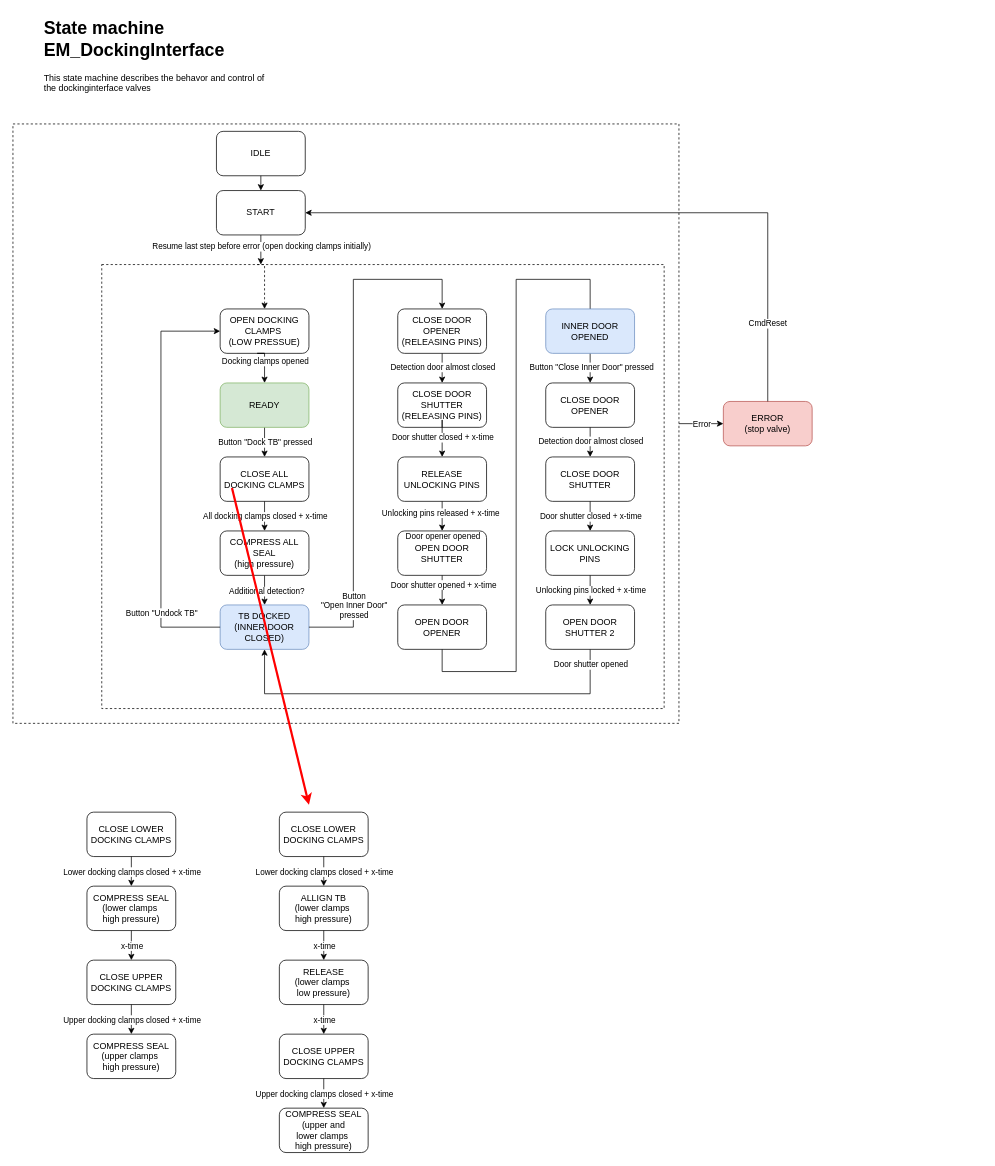
This is page "EM_DockingInterface" (8 of 12) of Documentation/StateMachine and Sequence Diagrams.drawio from KMWE/KMWE_CleanroomConnect, a draw.io file, before an edit. Source tidied: cells renumbered, new cells numbered last; positions are measured from the earlier drawing's top-left corner, leaving out a move shared by most shapes. Both pictures are drawn from the tidied source at 74%, with x=0, y=0 at pixel (13, 13).
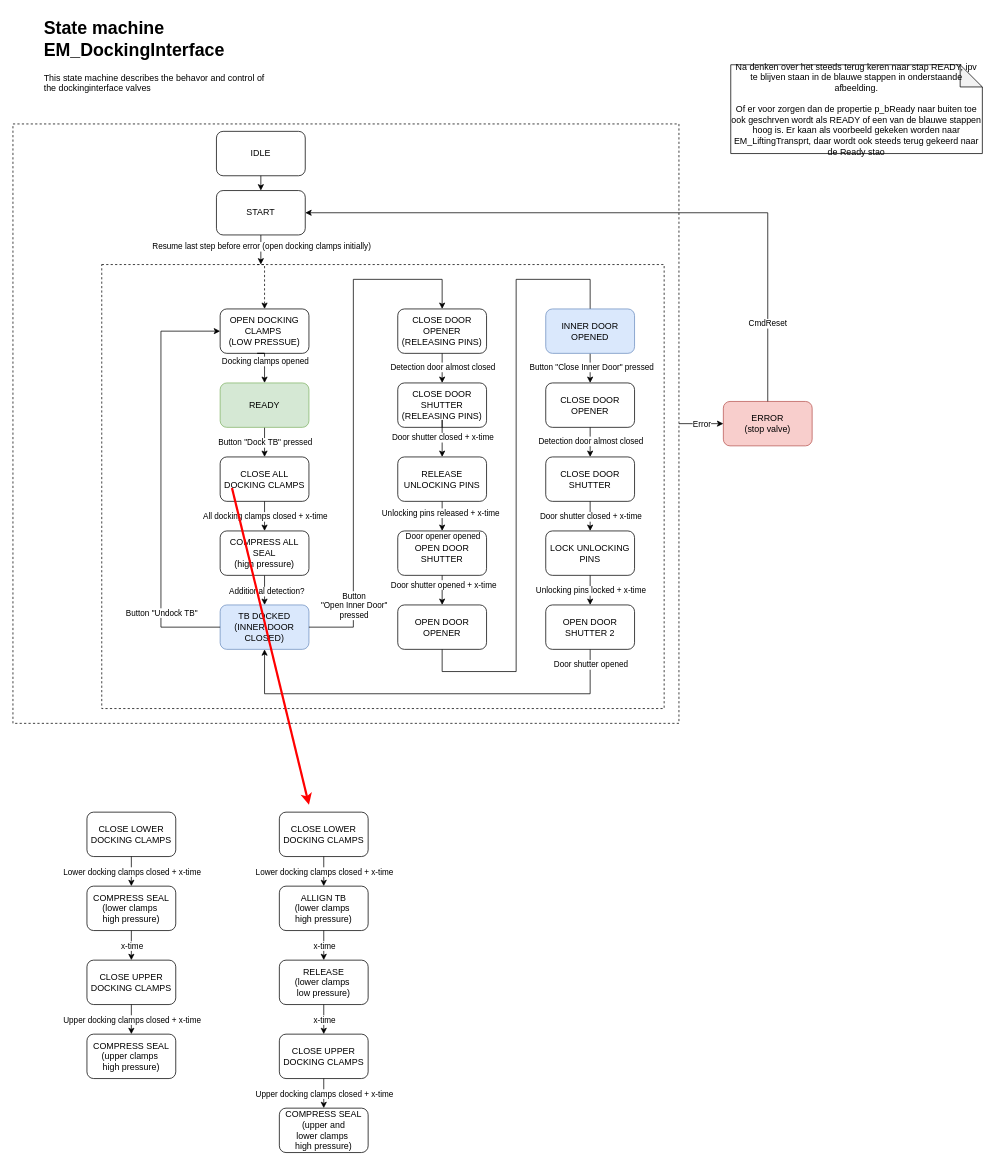
Above is the later version.

Diff of the diagram source:
```diff
@@
+    <mxCell id="87" value="Na denken over het steeds terug keren naar stap READY, ipv te blijven staan in de blauwe stappen in onderstaande afbeelding.&lt;div&gt;&lt;br&gt;&lt;/div&gt;&lt;div&gt;Of er voor zorgen dan de propertie p_bReady naar buiten toe ook geschrven wordt als READY of een van de blauwe stappen hoog is. Er kaan als voorbeeld gekeken worden naar EM_LiftingTransprt, daar wordt ook steeds terug gekeerd naar de Ready stao&lt;/div&gt;" style="shape=note;whiteSpace=wrap;html=1;backgroundOutline=1;darkOpacity=0.05;" parent="1" vertex="1">
+      <mxGeometry x="970" y="70" width="340" height="120" as="geometry" />
+    </mxCell>
```
